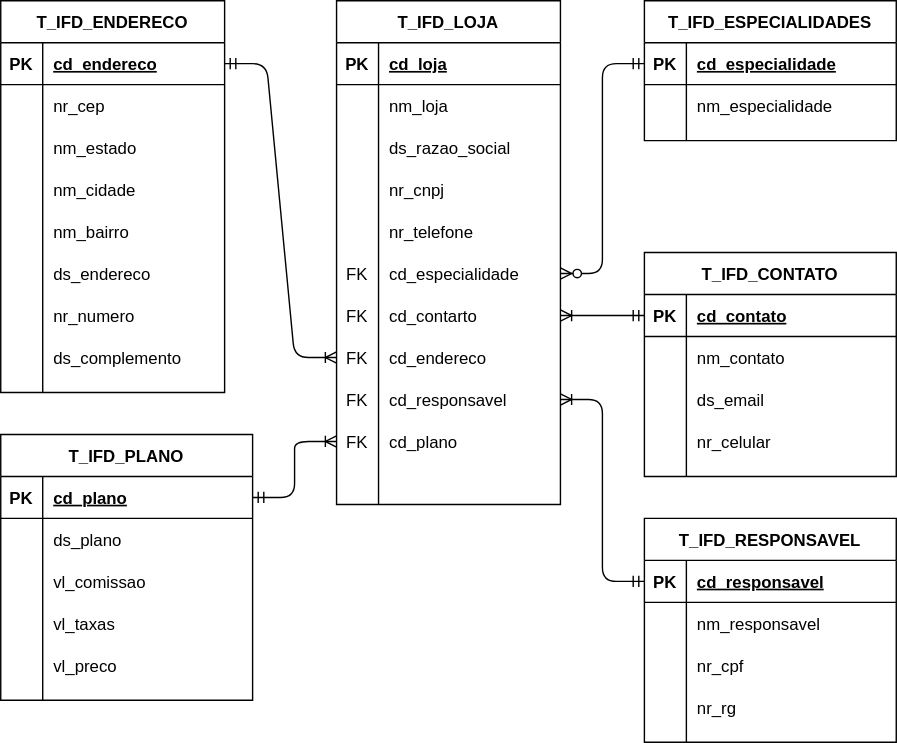
Before: diagrams/relational-model.drawio.svg, a diagram exported from draw.io (dmenezesgabriel/fiap-ifood-challenge). Source tidied: cells renumbered, new cells last; positions are measured from the earlier drawing's top-left corner, leaving out a move shared by most shapes.
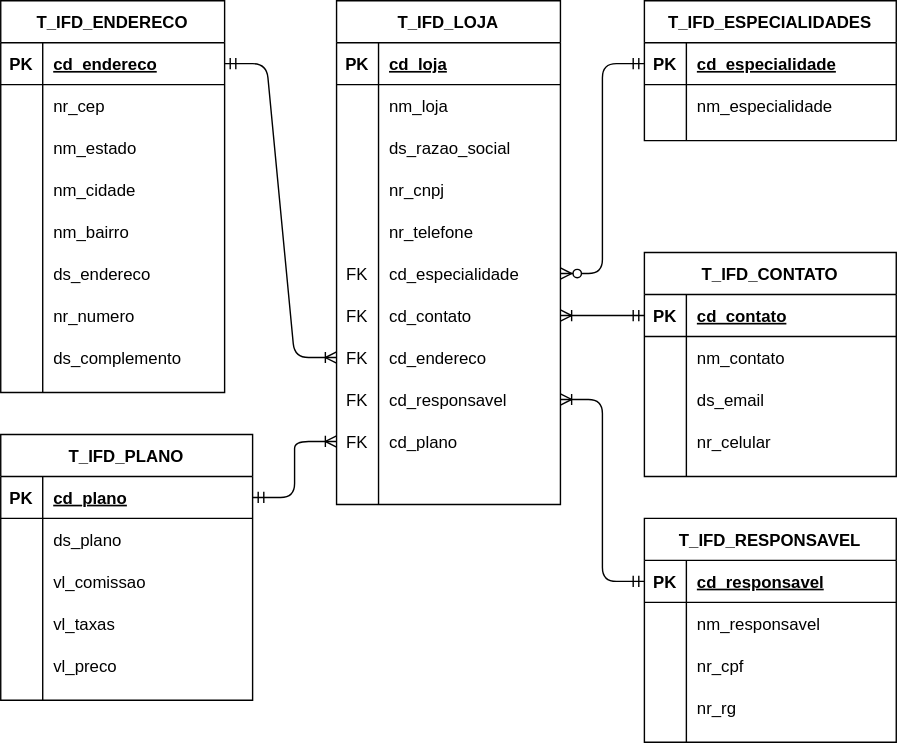
The same diagram one commit later.

Change to the diagram source:
```diff
@@ -65,7 +65,7 @@
     <mxCell id="22" value="FK" style="shape=partialRectangle;fillColor=none;top=0;left=0;bottom=0;right=0;overflow=hidden;" parent="21" vertex="1">
       <mxGeometry width="30" height="30" as="geometry" />
     </mxCell>
-    <mxCell id="23" value="cd_contarto" style="shape=partialRectangle;fillColor=none;top=0;left=0;bottom=0;right=0;align=left;spacingLeft=6;overflow=hidden;" parent="21" vertex="1">
+    <mxCell id="23" value="cd_contato" style="shape=partialRectangle;fillColor=none;top=0;left=0;bottom=0;right=0;align=left;spacingLeft=6;overflow=hidden;" parent="21" vertex="1">
       <mxGeometry x="30" width="130" height="30" as="geometry" />
     </mxCell>
     <mxCell id="24" style="shape=partialRectangle;fillColor=none;top=0;left=0;bottom=0;right=0;points=[[0,0.5],[1,0.5]];portConstraint=eastwest;" parent="2" vertex="1">
```
